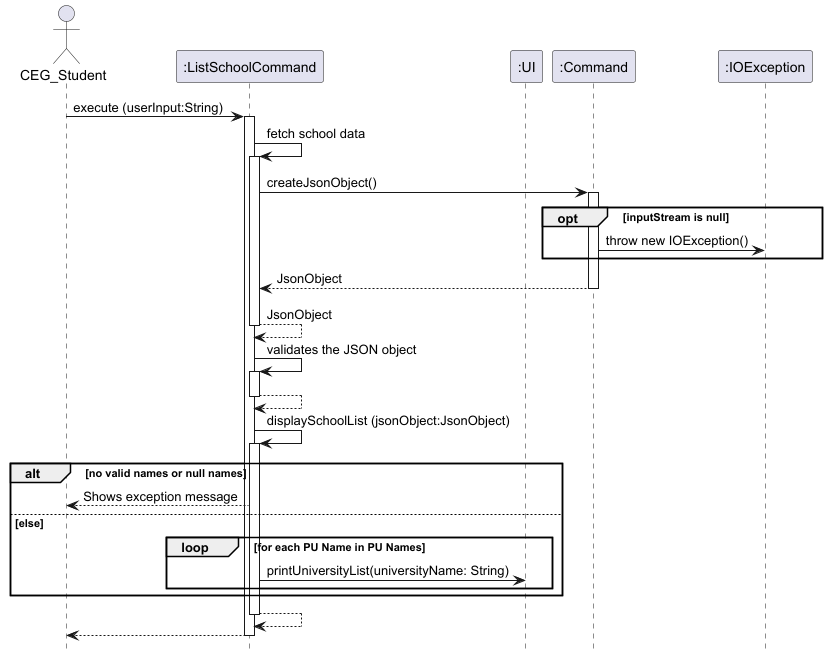
nus-cs2113-AY2425S1/tp keeps this PlantUML diagram as docs/images/ListSchoolsCommand.png. Above is the earlier version.
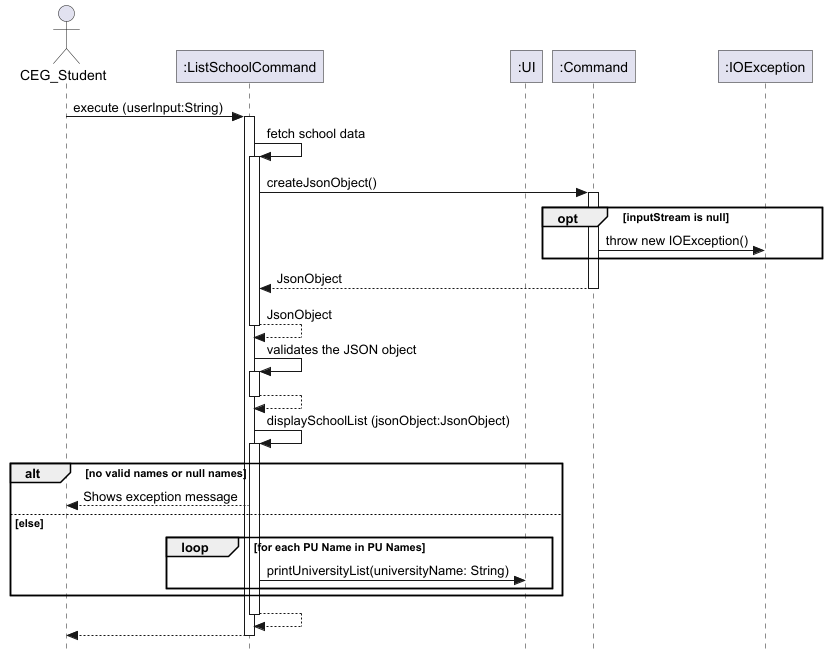
After the commit.

Commit message:
Include config file for diagrams

What changed in the source:
```diff
@@ -1,5 +1,6 @@
 @startuml
 
+!include .SequenceDiagram.config
 hide footbox
 
 actor CEG_Student
```
